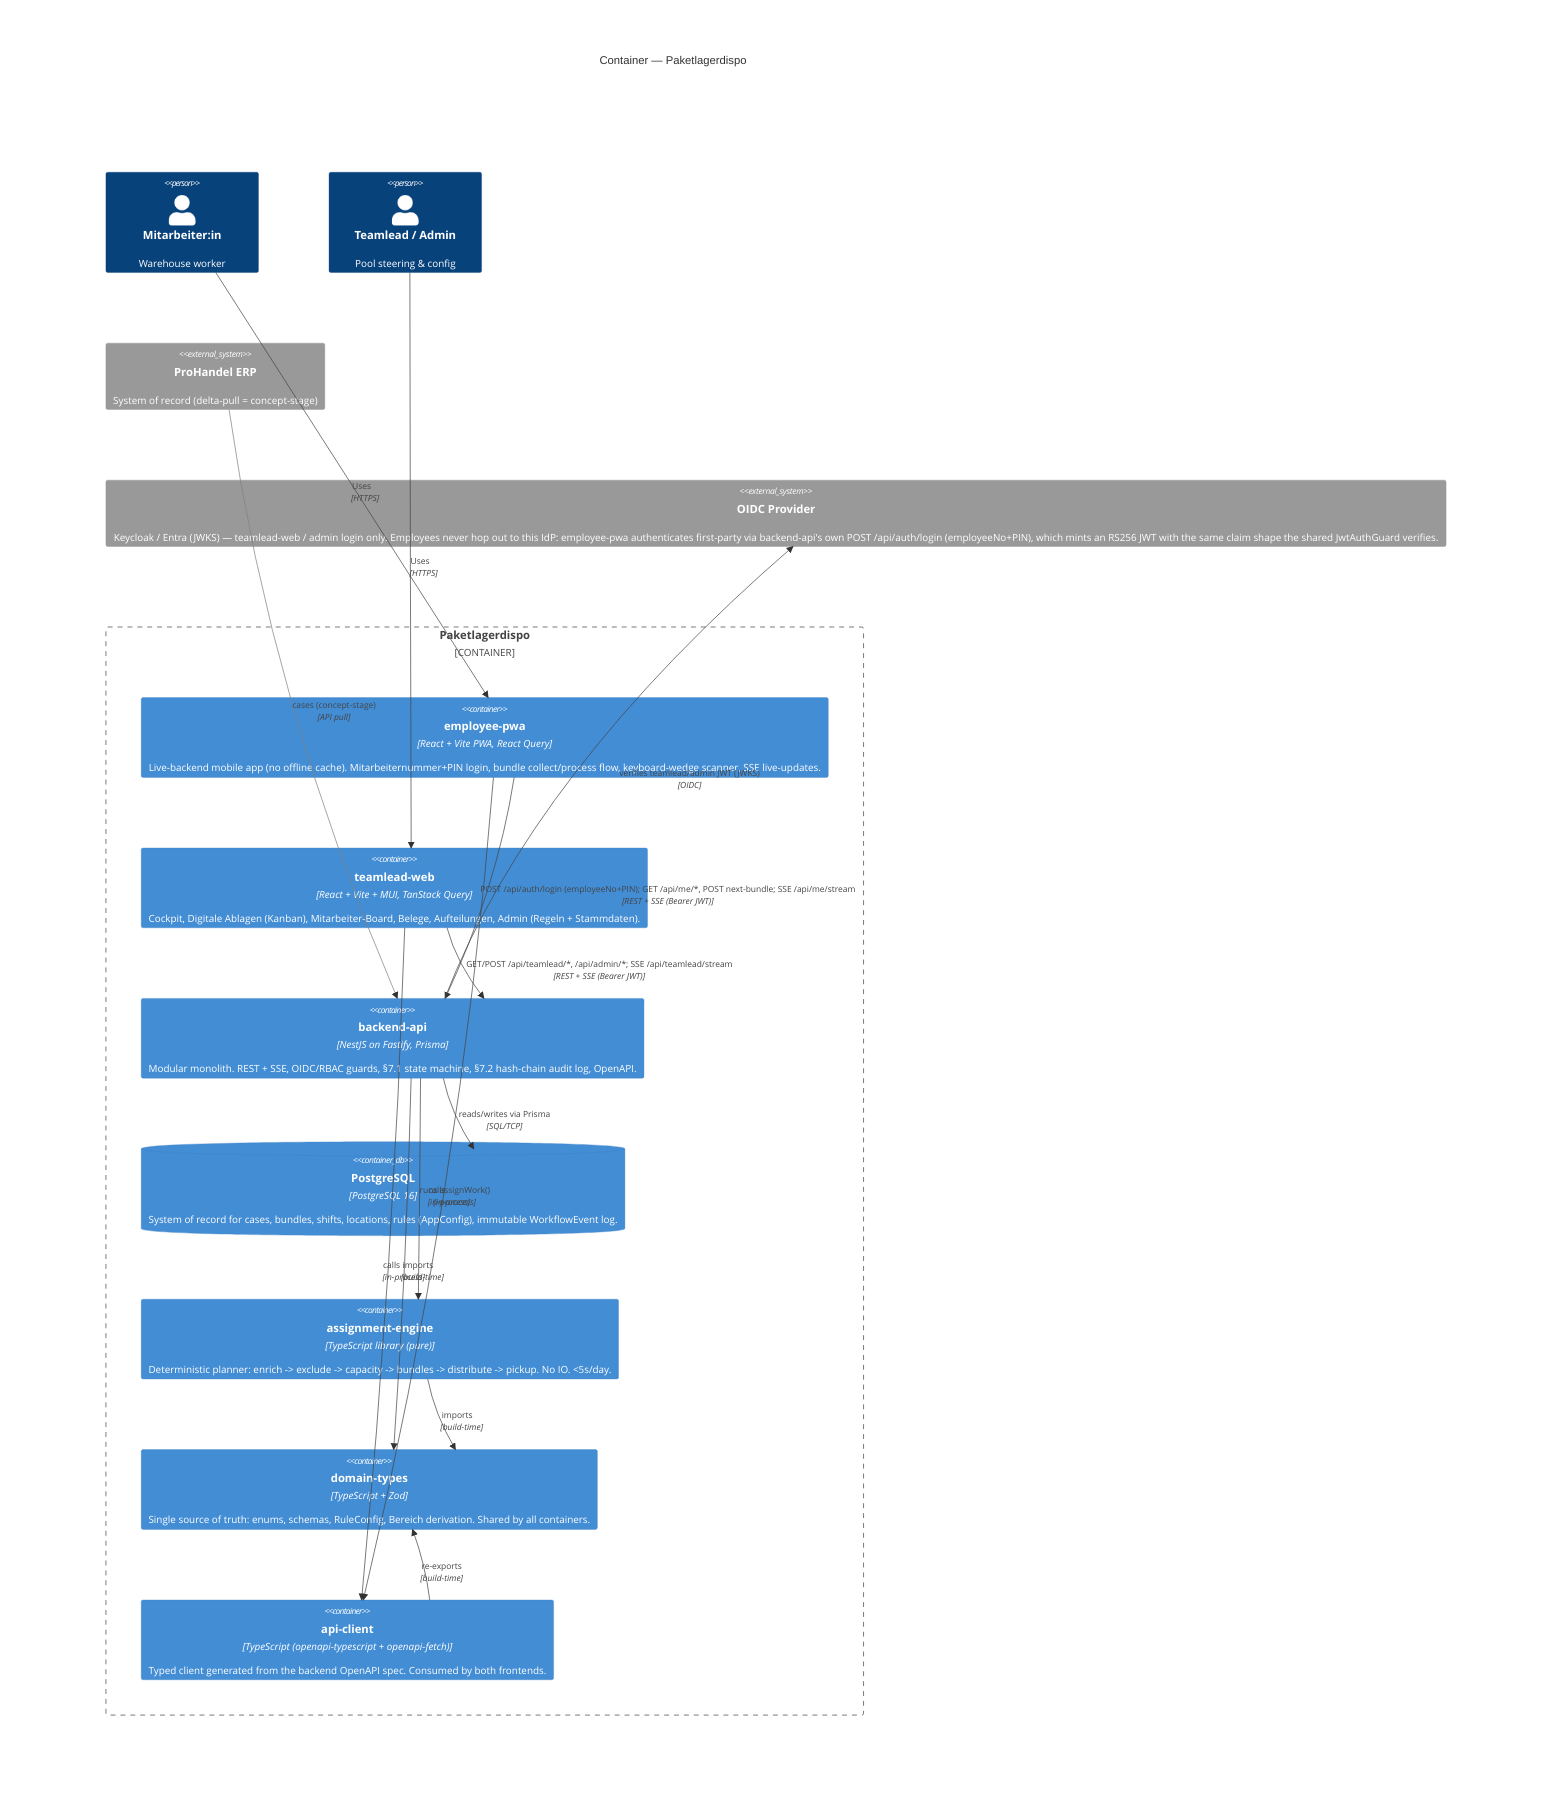
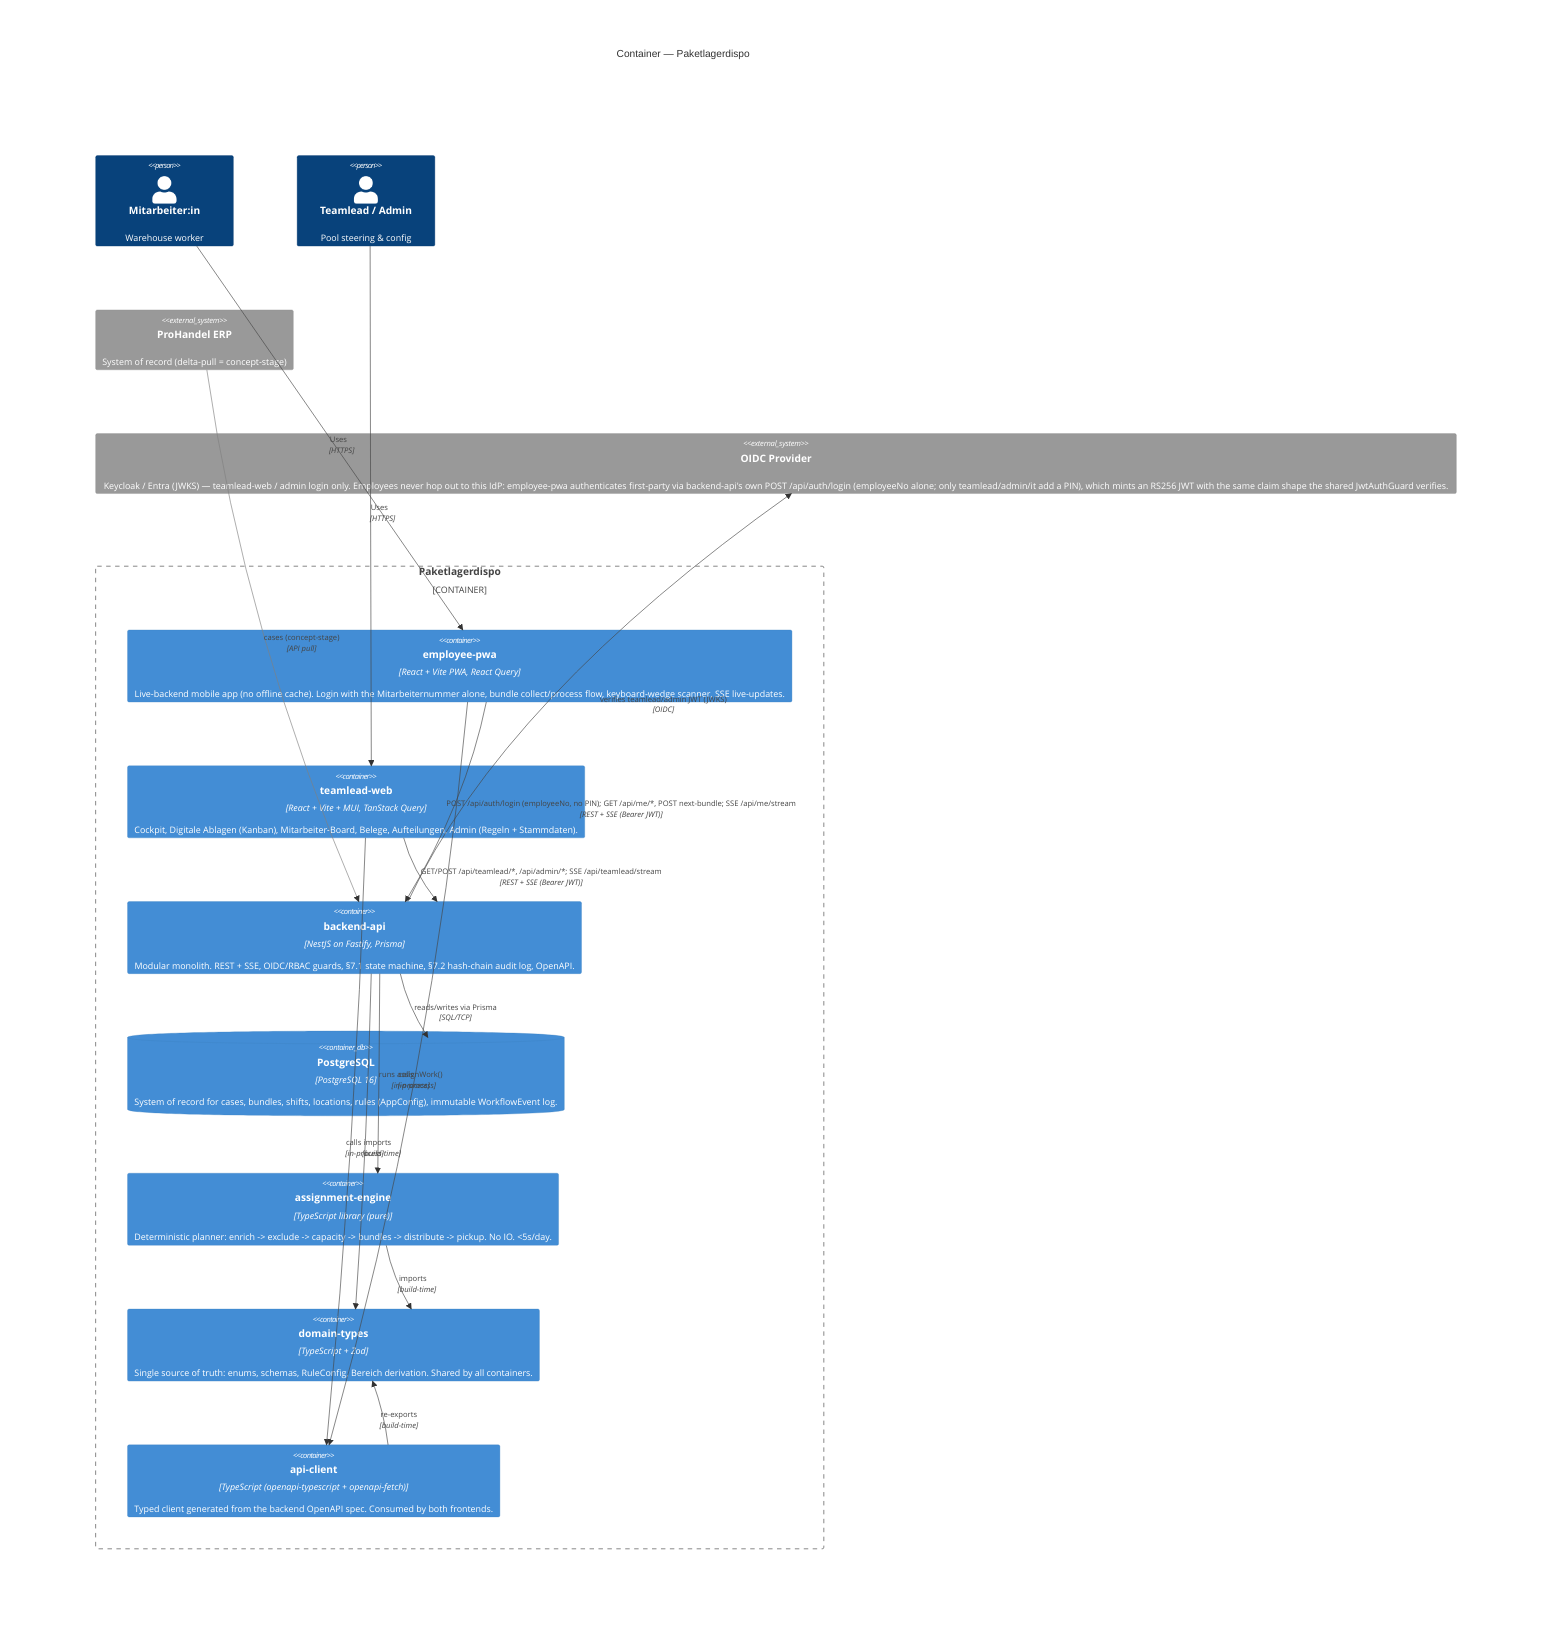
%% C4 Level 2 — Container
%% Verified: apps/{employee-pwa,teamlead-web,backend-api}, packages/{assignment-engine,domain-types,api-client,ui},
%% apps/backend-api/prisma/schema.prisma, docker-compose.yml, apps/*/railway.json.
C4Container
    title Container — Paketlagerdispo

    Person(employee, "Mitarbeiter:in", "Warehouse worker")
    Person(teamlead, "Teamlead / Admin", "Pool steering & config")

    System_Ext(prohandel, "ProHandel ERP", "System of record (delta-pull = concept-stage)")
-     System_Ext(oidc, "OIDC Provider", "Keycloak / Entra (JWKS) — teamlead-web / admin login only. Employees never hop out to this IdP: employee-pwa authenticates first-party via backend-api's own POST /api/auth/login (employeeNo+PIN), which mints an RS256 JWT with the same claim shape the shared JwtAuthGuard verifies.")
+     System_Ext(oidc, "OIDC Provider", "Keycloak / Entra (JWKS) — teamlead-web / admin login only. Employees never hop out to this IdP: employee-pwa authenticates first-party via backend-api's own POST /api/auth/login (employeeNo alone; only teamlead/admin/it add a PIN), which mints an RS256 JWT with the same claim shape the shared JwtAuthGuard verifies.")

    Container_Boundary(paket, "Paketlagerdispo") {
-         Container(pwa, "employee-pwa", "React + Vite PWA, React Query", "Live-backend mobile app (no offline cache). Mitarbeiternummer+PIN login, bundle collect/process flow, keyboard-wedge scanner, SSE live-updates.")
+         Container(pwa, "employee-pwa", "React + Vite PWA, React Query", "Live-backend mobile app (no offline cache). Login with the Mitarbeiternummer alone, bundle collect/process flow, keyboard-wedge scanner, SSE live-updates.")
        Container(web, "teamlead-web", "React + Vite + MUI, TanStack Query", "Cockpit, Digitale Ablagen (Kanban), Mitarbeiter-Board, Belege, Aufteilungen, Admin (Regeln + Stammdaten).")
        Container(api, "backend-api", "NestJS on Fastify, Prisma", "Modular monolith. REST + SSE, OIDC/RBAC guards, §7.1 state machine, §7.2 hash-chain audit log, OpenAPI.")
        ContainerDb(db, "PostgreSQL", "PostgreSQL 16", "System of record for cases, bundles, shifts, locations, rules (AppConfig), immutable WorkflowEvent log.")

        Container(engine, "assignment-engine", "TypeScript library (pure)", "Deterministic planner: enrich -> exclude -> capacity -> bundles -> distribute -> pickup. No IO. <5s/day.")
        Container(types, "domain-types", "TypeScript + Zod", "Single source of truth: enums, schemas, RuleConfig, Bereich derivation. Shared by all containers.")
        Container(apiclient, "api-client", "TypeScript (openapi-typescript + openapi-fetch)", "Typed client generated from the backend OpenAPI spec. Consumed by both frontends.")
    }

    Rel(employee, pwa, "Uses", "HTTPS")
    Rel(teamlead, web, "Uses", "HTTPS")

-     Rel(pwa, api, "POST /api/auth/login (employeeNo+PIN); GET /api/me/*, POST next-bundle; SSE /api/me/stream", "REST + SSE (Bearer JWT)")
+     Rel(pwa, api, "POST /api/auth/login (employeeNo, no PIN); GET /api/me/*, POST next-bundle; SSE /api/me/stream", "REST + SSE (Bearer JWT)")
    Rel(web, api, "GET/POST /api/teamlead/*, /api/admin/*; SSE /api/teamlead/stream", "REST + SSE (Bearer JWT)")

    Rel(pwa, apiclient, "calls", "in-process")
    Rel(web, apiclient, "calls", "in-process")
    Rel(api, engine, "runs assignWork()", "in-process")
    Rel(api, db, "reads/writes via Prisma", "SQL/TCP")
    Rel(api, oidc, "verifies teamlead/admin JWT (JWKS)", "OIDC")
    Rel(prohandel, api, "cases (concept-stage)", "API pull")

    Rel(apiclient, types, "re-exports", "build-time")
    Rel(engine, types, "imports", "build-time")
    Rel(api, types, "imports", "build-time")

    UpdateRelStyle(prohandel, api, $lineColor="grey", $offsetX="-30")
    UpdateLayoutConfig($c4ShapeInRow="3", $c4BoundaryInRow="1")
